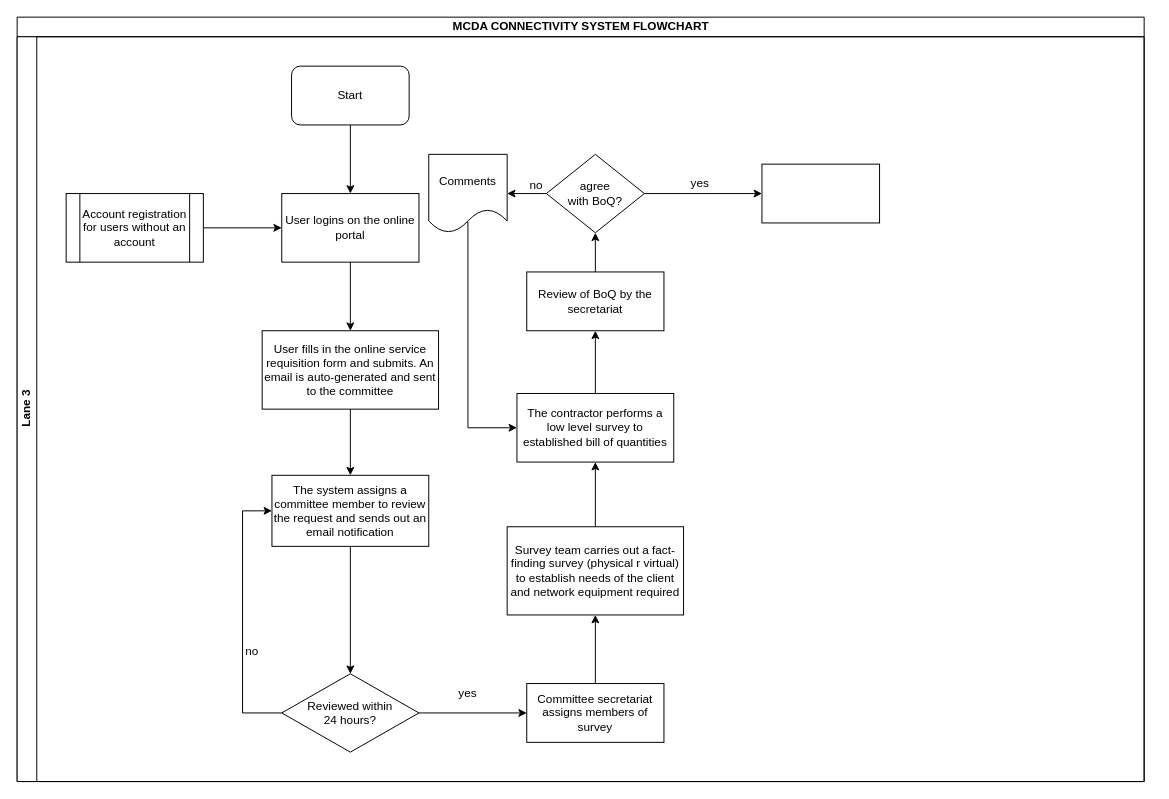
Above: ICTA-MCDA Connectivity Diagram.drawio in kmagua/flowcharts (draw.io), before the change. Source tidied: cells renumbered, new cells numbered last; positions are measured from the earlier drawing's top-left corner, leaving out a move shared by most shapes. Both pictures are drawn from the tidied source at 98%, with x=0, y=0 at pixel (17, 17).
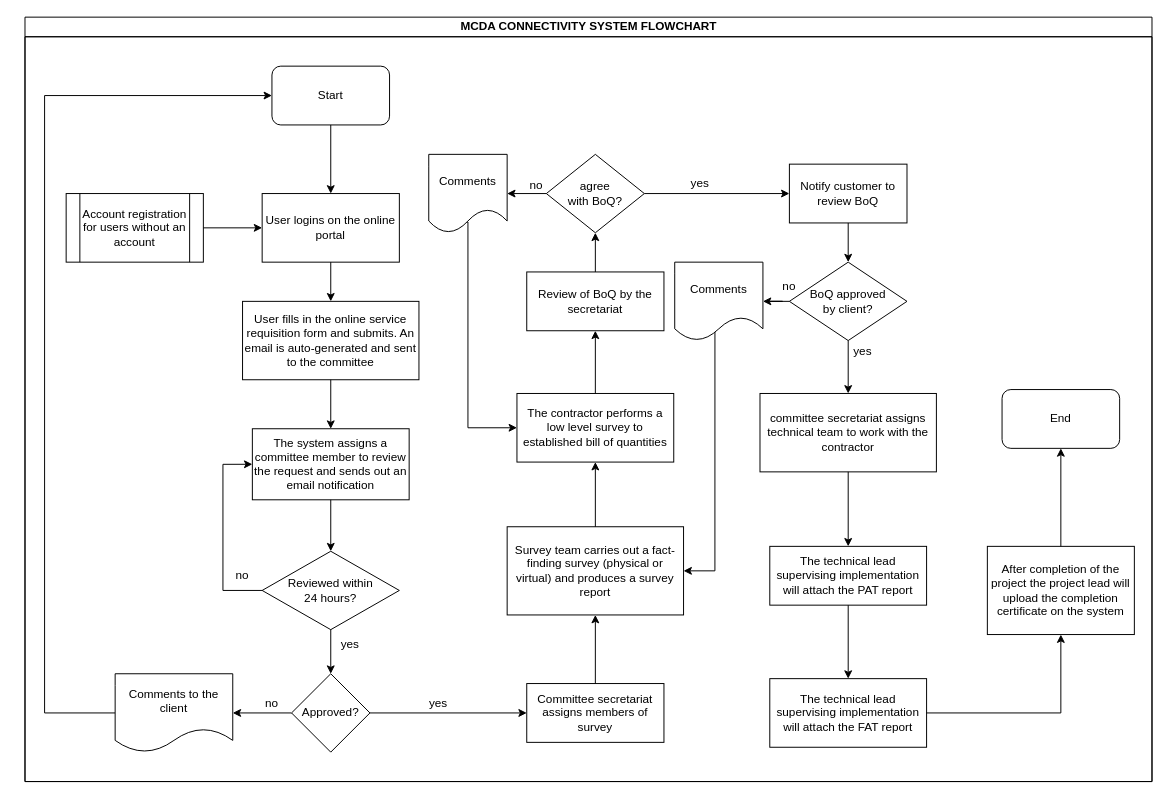
The same diagram, later.

The edit, as a diff of the source:
```diff
@@
     <mxCell id="2" value="MCDA CONNECTIVITY SYSTEM FLOWCHART" style="swimlane;html=1;horizontal=1;startSize=20;" parent="1" vertex="1">
-      <mxGeometry width="1150" height="780" as="geometry" />
+      <mxGeometry x="8" width="1150" height="780" as="geometry" />
     </mxCell>
-    <mxCell id="3" value="Lane 3" style="swimlane;html=1;startSize=20;horizontal=0;" parent="2" vertex="1">
+    <mxCell id="3" style="swimlane;html=1;startSize=0;horizontal=0;" parent="2" vertex="1">
       <mxGeometry y="20" width="1150" height="760" as="geometry" />
     </mxCell>
     <mxCell id="4" value="Start" style="rounded=1;whiteSpace=wrap;html=1;" parent="3" vertex="1">
-      <mxGeometry x="280" y="30" width="120" height="60" as="geometry" />
+      <mxGeometry x="252" y="30" width="120" height="60" as="geometry" />
     </mxCell>
     <mxCell id="5" value="User logins on the online portal" style="rounded=0;whiteSpace=wrap;html=1;" parent="3" vertex="1">
-      <mxGeometry x="270" y="160" width="140" height="70" as="geometry" />
+      <mxGeometry x="242" y="160" width="140" height="70" as="geometry" />
     </mxCell>
@@
     <mxCell id="7" value="Account registration for users without an account" style="shape=process;whiteSpace=wrap;html=1;backgroundOutline=1;" parent="3" vertex="1">
-      <mxGeometry x="50" y="160" width="140" height="70" as="geometry" />
+      <mxGeometry x="42" y="160" width="140" height="70" as="geometry" />
     </mxCell>
     <mxCell id="8" value="User fills in the online service requisition form and submits. An email is auto-generated and sent to the committee" style="whiteSpace=wrap;html=1;rounded=0;" parent="3" vertex="1">
-      <mxGeometry x="250" y="300" width="180" height="80" as="geometry" />
+      <mxGeometry x="222" y="270" width="180" height="80" as="geometry" />
     </mxCell>
@@
     <mxCell id="10" value="&lt;div&gt;Reviewed within&lt;/div&gt;&lt;div&gt; 24 hours?&lt;/div&gt;" style="rhombus;whiteSpace=wrap;html=1;" parent="3" vertex="1">
-      <mxGeometry x="270" y="650" width="140" height="80" as="geometry" />
+      <mxGeometry x="242" y="525" width="140" height="80" as="geometry" />
     </mxCell>
     <mxCell id="11" value="no" style="text;html=1;strokeColor=none;fillColor=none;align=center;verticalAlign=middle;whiteSpace=wrap;rounded=0;" parent="3" vertex="1">
-      <mxGeometry x="220" y="617" width="40" height="20" as="geometry" />
+      <mxGeometry x="202" y="540" width="40" height="20" as="geometry" />
     </mxCell>
     <mxCell id="12" value="yes" style="text;html=1;strokeColor=none;fillColor=none;align=center;verticalAlign=middle;whiteSpace=wrap;rounded=0;" parent="3" vertex="1">
-      <mxGeometry x="440" y="660" width="40" height="20" as="geometry" />
+      <mxGeometry x="402" y="670" width="40" height="20" as="geometry" />
     </mxCell>
-    <mxCell id="13" value="Survey team carries out a fact-finding survey (physical r virtual) to establish needs of the client and network equipment required" style="whiteSpace=wrap;html=1;" parent="3" vertex="1">
-      <mxGeometry x="500" y="500" width="180" height="90" as="geometry" />
+    <mxCell id="13" value="Survey team carries out a fact-finding survey (physical or virtual) and produces a survey report" style="whiteSpace=wrap;html=1;" parent="3" vertex="1">
+      <mxGeometry x="492" y="500" width="180" height="90" as="geometry" />
     </mxCell>
     <mxCell id="14" value="Committee secretariat assigns members of survey" style="whiteSpace=wrap;html=1;" parent="3" vertex="1">
-      <mxGeometry x="520" y="660" width="140" height="60" as="geometry" />
+      <mxGeometry x="512" y="660" width="140" height="60" as="geometry" />
     </mxCell>
-    <mxCell id="15" style="edgeStyle=orthogonalEdgeStyle;rounded=0;jettySize=auto;html=1;exitX=1;exitY=0.5;exitDx=0;exitDy=0;" parent="3" edge="1" source="10" target="14">
-      <mxGeometry relative="1" as="geometry" />
-    </mxCell>
@@
     <mxCell id="17" value="The contractor performs a low level survey to established bill of quantities" style="whiteSpace=wrap;html=1;" parent="3" vertex="1">
-      <mxGeometry x="510" y="364" width="160" height="70" as="geometry" />
+      <mxGeometry x="502" y="364" width="160" height="70" as="geometry" />
     </mxCell>
@@
     <mxCell id="19" value="The system assigns a committee member to review the request and sends out an email notification" style="whiteSpace=wrap;html=1;rounded=0;" parent="3" vertex="1">
-      <mxGeometry x="260" y="447.5" width="160" height="72.5" as="geometry" />
+      <mxGeometry x="232" y="400" width="160" height="72.5" as="geometry" />
     </mxCell>
@@
     <mxCell id="22" style="edgeStyle=orthogonalEdgeStyle;rounded=0;jettySize=auto;html=1;entryX=0;entryY=0.5;entryDx=0;entryDy=0;exitX=0;exitY=0.5;exitDx=0;exitDy=0;" parent="3" edge="1" source="10" target="19">
       <mxGeometry relative="1" as="geometry">
         <Array as="points">
-          <mxPoint x="230" y="690" />
-          <mxPoint x="230" y="484" />
+          <mxPoint x="202" y="565" />
+          <mxPoint x="202" y="436" />
         </Array>
       </mxGeometry>
     </mxCell>
@@
     <mxCell id="24" value="Review of BoQ by the secretariat" style="whiteSpace=wrap;html=1;" parent="3" vertex="1">
-      <mxGeometry x="520" y="240" width="140" height="60" as="geometry" />
+      <mxGeometry x="512" y="240" width="140" height="60" as="geometry" />
     </mxCell>
@@
     <mxCell id="26" value="&lt;div&gt;agree&lt;/div&gt;&lt;div&gt;with BoQ?&lt;/div&gt;" style="rhombus;whiteSpace=wrap;html=1;" parent="3" vertex="1">
-      <mxGeometry x="540" y="120" width="100" height="80" as="geometry" />
+      <mxGeometry x="532" y="120" width="100" height="80" as="geometry" />
     </mxCell>
@@
-    <mxCell id="28" style="whiteSpace=wrap;html=1;" parent="3" vertex="1">
-      <mxGeometry x="760" y="130" width="120" height="60" as="geometry" />
+    <mxCell id="28" value="Notify customer to review BoQ" style="whiteSpace=wrap;html=1;" parent="3" vertex="1">
+      <mxGeometry x="780" y="130" width="120" height="60" as="geometry" />
     </mxCell>
@@
     <mxCell id="30" value="yes" style="text;html=1;strokeColor=none;fillColor=none;align=center;verticalAlign=middle;whiteSpace=wrap;rounded=0;" parent="3" vertex="1">
-      <mxGeometry x="677" y="140" width="40" height="20" as="geometry" />
+      <mxGeometry x="669" y="140" width="40" height="20" as="geometry" />
     </mxCell>
+    <mxCell id="35" value="&lt;div&gt;BoQ approved&lt;/div&gt;&lt;div&gt;by client?&lt;/div&gt;" style="rhombus;whiteSpace=wrap;html=1;" parent="3" vertex="1">
+      <mxGeometry x="780" y="230" width="120" height="80" as="geometry" />
+    </mxCell>
+    <mxCell id="36" style="edgeStyle=orthogonalEdgeStyle;rounded=0;jettySize=auto;html=1;" parent="3" edge="1" source="28" target="35">
+      <mxGeometry relative="1" as="geometry" />
+    </mxCell>
+    <mxCell id="37" value="committee secretariat assigns technical team to work with the contractor" style="whiteSpace=wrap;html=1;" parent="3" vertex="1">
+      <mxGeometry x="750" y="364" width="180" height="80" as="geometry" />
+    </mxCell>
+    <mxCell id="38" style="edgeStyle=orthogonalEdgeStyle;rounded=0;jettySize=auto;html=1;" parent="3" edge="1" source="35" target="37">
+      <mxGeometry relative="1" as="geometry" />
+    </mxCell>
+    <mxCell id="39" value="The technical lead supervising implementation will attach the PAT report" style="whiteSpace=wrap;html=1;" parent="3" vertex="1">
+      <mxGeometry x="760" y="520" width="160" height="60" as="geometry" />
+    </mxCell>
+    <mxCell id="40" style="edgeStyle=orthogonalEdgeStyle;rounded=0;jettySize=auto;html=1;" parent="3" edge="1" source="37" target="39">
+      <mxGeometry relative="1" as="geometry" />
+    </mxCell>
+    <mxCell id="41" value="yes" style="text;html=1;strokeColor=none;fillColor=none;align=center;verticalAlign=middle;whiteSpace=wrap;rounded=0;" parent="3" vertex="1">
+      <mxGeometry x="835" y="311" width="40" height="20" as="geometry" />
+    </mxCell>
+    <mxCell id="42" value="End" style="rounded=1;whiteSpace=wrap;html=1;" parent="3" vertex="1">
+      <mxGeometry x="997" y="360" width="120" height="60" as="geometry" />
+    </mxCell>
+    <mxCell id="43" value="After completion of the project the project lead will upload the completion certificate on the system" style="whiteSpace=wrap;html=1;" parent="3" vertex="1">
+      <mxGeometry x="982" y="520" width="150" height="90" as="geometry" />
+    </mxCell>
+    <mxCell id="44" style="edgeStyle=orthogonalEdgeStyle;rounded=0;jettySize=auto;html=1;" parent="3" edge="1" source="43" target="42">
+      <mxGeometry relative="1" as="geometry" />
+    </mxCell>
+    <mxCell id="45" value="&lt;span&gt;The technical lead supervising implementation will attach the FAT report&lt;/span&gt;" style="whiteSpace=wrap;html=1;" parent="3" vertex="1">
+      <mxGeometry x="760" y="655" width="160" height="70" as="geometry" />
+    </mxCell>
+    <mxCell id="46" style="edgeStyle=orthogonalEdgeStyle;rounded=0;jettySize=auto;html=1;" parent="3" edge="1" source="39" target="45">
+      <mxGeometry relative="1" as="geometry" />
+    </mxCell>
+    <mxCell id="47" style="edgeStyle=orthogonalEdgeStyle;rounded=0;jettySize=auto;html=1;" parent="3" edge="1" source="45" target="43">
+      <mxGeometry relative="1" as="geometry" />
+    </mxCell>
+    <mxCell id="48" value="Approved?" style="rhombus;whiteSpace=wrap;html=1;" parent="3" vertex="1">
+      <mxGeometry x="272" y="650" width="80" height="80" as="geometry" />
+    </mxCell>
+    <mxCell id="49" style="edgeStyle=orthogonalEdgeStyle;rounded=0;jettySize=auto;html=1;" parent="3" edge="1" source="10" target="48">
+      <mxGeometry relative="1" as="geometry" />
+    </mxCell>
+    <mxCell id="50" style="edgeStyle=orthogonalEdgeStyle;rounded=0;jettySize=auto;html=1;entryX=0;entryY=0.5;entryDx=0;entryDy=0;" parent="3" edge="1" source="48" target="14">
+      <mxGeometry relative="1" as="geometry" />
+    </mxCell>
+    <mxCell id="51" value="no" style="text;html=1;strokeColor=none;fillColor=none;align=center;verticalAlign=middle;whiteSpace=wrap;rounded=0;" parent="3" vertex="1">
+      <mxGeometry x="232" y="670" width="40" height="20" as="geometry" />
+    </mxCell>
+    <mxCell id="52" value="yes" style="text;html=1;strokeColor=none;fillColor=none;align=center;verticalAlign=middle;whiteSpace=wrap;rounded=0;" parent="3" vertex="1">
+      <mxGeometry x="312" y="610" width="40" height="20" as="geometry" />
+    </mxCell>
@@
+    <mxCell id="53" style="edgeStyle=orthogonalEdgeStyle;rounded=0;jettySize=auto;html=1;entryX=1;entryY=0.5;entryDx=0;entryDy=0;exitX=0.456;exitY=0.8;exitDx=0;exitDy=0;exitPerimeter=0;" parent="1" edge="1" source="54" target="13">
+      <mxGeometry relative="1" as="geometry" />
+    </mxCell>
+    <mxCell id="54" value="Comments" style="shape=document;whiteSpace=wrap;html=1;boundedLbl=1;" parent="1" vertex="1">
+      <mxGeometry x="671" y="250" width="90" height="80" as="geometry" />
+    </mxCell>
+    <mxCell id="55" style="edgeStyle=orthogonalEdgeStyle;rounded=0;jettySize=auto;html=1;" parent="1" edge="1" source="35" target="54">
+      <mxGeometry relative="1" as="geometry" />
+    </mxCell>
+    <mxCell id="56" value="no" style="text;html=1;strokeColor=none;fillColor=none;align=center;verticalAlign=middle;whiteSpace=wrap;rounded=0;" parent="1" vertex="1">
+      <mxGeometry x="768" y="265" width="40" height="20" as="geometry" />
+    </mxCell>
+    <mxCell id="57" style="edgeStyle=orthogonalEdgeStyle;rounded=0;jettySize=auto;html=1;exitX=0;exitY=0.5;exitDx=0;exitDy=0;entryX=0;entryY=0.5;entryDx=0;entryDy=0;" parent="1" edge="1" source="58" target="4">
+      <mxGeometry relative="1" as="geometry">
+        <Array as="points">
+          <mxPoint x="28" y="710" />
+          <mxPoint x="28" y="80" />
+        </Array>
+      </mxGeometry>
+    </mxCell>
+    <mxCell id="58" value="Comments to the client" style="shape=document;whiteSpace=wrap;html=1;boundedLbl=1;" parent="1" vertex="1">
+      <mxGeometry x="100" y="670" width="120" height="80" as="geometry" />
+    </mxCell>
+    <mxCell id="59" style="edgeStyle=orthogonalEdgeStyle;rounded=0;jettySize=auto;html=1;" parent="1" edge="1" source="48" target="58">
+      <mxGeometry relative="1" as="geometry" />
+    </mxCell>
```
